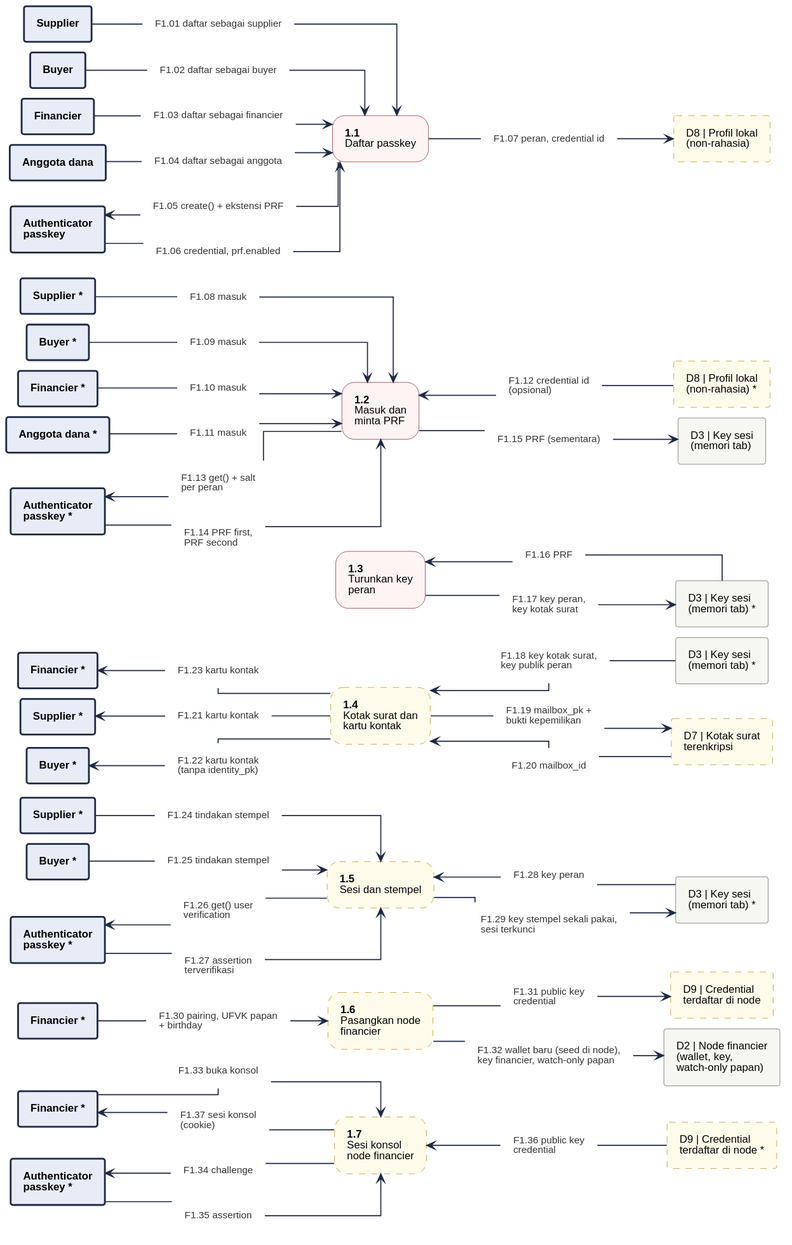
This is 08-FlowDiagrams/assets/dfd-2-1.svg from JitsuinFi/jitsuinfi-vault, a PlantUML export, as it was before one commit.
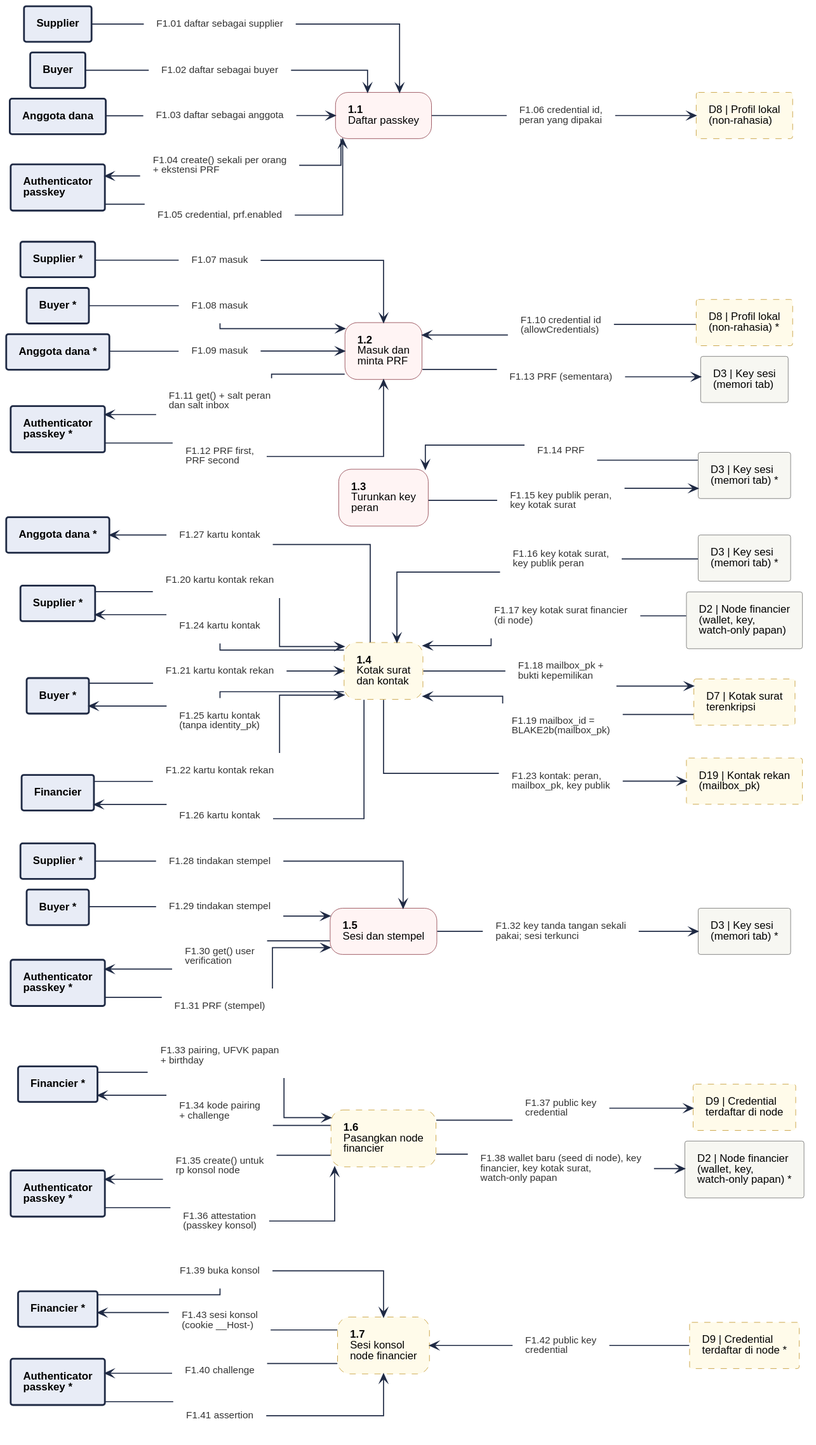
Above is the later version.

The edit, as a diff of the source:
```diff
@@ -6,150 +6,170 @@
 rectangle "D9 | Credential\nterdaftar di node *" <<storeproposal>> as D9_7
 rectangle "Authenticator\npasskey *" <<entity>> as A_7
 rectangle "Financier *" <<entity>> as F_7
-rectangle "D2 | Node financier\n(wallet, key,\nwatch-only papan)" <<store>> as D2_6
+rectangle "D2 | Node financier\n(wallet, key,\nwatch-only papan) *" <<store>> as D2_6
 rectangle "D9 | Credential\nterdaftar di node" <<storeproposal>> as D9_6
+rectangle "Authenticator\npasskey *" <<entity>> as A_6
 rectangle "Financier *" <<entity>> as F_6
 rectangle "D3 | Key sesi\n(memori tab) *" <<store>> as D3_5
 rectangle "Authenticator\npasskey *" <<entity>> as A_5
 rectangle "Buyer *" <<entity>> as B_5
 rectangle "Supplier *" <<entity>> as S_5
-rectangle "Financier *" <<entity>> as F_4
+rectangle "Anggota dana *" <<entity>> as M_4
+rectangle "D19 | Kontak rekan\n(mailbox_pk)" <<storeproposal>> as D19_4
+rectangle "Financier" <<entity>> as F_4
 rectangle "Buyer *" <<entity>> as B_4
 rectangle "Supplier *" <<entity>> as S_4
 rectangle "D7 | Kotak surat\nterenkripsi" <<storeproposal>> as D7_4
+rectangle "D2 | Node financier\n(wallet, key,\nwatch-only papan)" <<store>> as D2_4
 rectangle "D3 | Key sesi\n(memori tab) *" <<store>> as D3_4
 rectangle "D3 | Key sesi\n(memori tab) *" <<store>> as D3_3
 rectangle "D3 | Key sesi\n(memori tab)" <<store>> as D3_2
 rectangle "Authenticator\npasskey *" <<entity>> as A_2
 rectangle "D8 | Profil lokal\n(non-rahasia) *" <<storeproposal>> as D8_2
 rectangle "Anggota dana *" <<entity>> as M_2
-rectangle "Financier *" <<entity>> as F_2
 rectangle "Buyer *" <<entity>> as B_2
 rectangle "Supplier *" <<entity>> as S_2
 rectangle "D8 | Profil lokal\n(non-rahasia)" <<storeproposal>> as D8_1
 rectangle "Authenticator\npasskey" <<entity>> as A_1
 rectangle "Anggota dana" <<entity>> as M_1
-rectangle "Financier" <<entity>> as F_1
 rectangle "Buyer" <<entity>> as B_1
 rectangle "Supplier" <<entity>> as S_1
 rectangle "**1.7**\nSesi konsol\nnode financier" <<proposal>> as P7
 rectangle "**1.6**\nPasangkan node\nfinancier" <<proposal>> as P6
-rectangle "**1.5**\nSesi dan stempel" <<proposal>> as P5
-rectangle "**1.4**\nKotak surat dan\nkartu kontak" <<proposal>> as P4
+rectangle "**1.5**\nSesi dan stempel" <<process>> as P5
+rectangle "**1.4**\nKotak surat\ndan kontak" <<proposal>> as P4
 rectangle "**1.3**\nTurunkan key\nperan" <<process>> as P3
 rectangle "**1.2**\nMasuk dan\nminta PRF" <<process>> as P2
 rectangle "**1.1**\nDaftar passkey" <<process>> as P1
 rectangle "F1.01 daftar sebagai supplier" <<flow>> as f_F1_01
 rectangle "F1.02 daftar sebagai buyer" <<flow>> as f_F1_02
-rectangle "F1.03 daftar sebagai financier" <<flow>> as f_F1_03
-rectangle "F1.04 daftar sebagai anggota" <<flow>> as f_F1_04
-rectangle "F1.05 create() + ekstensi PRF" <<flow>> as f_F1_05
-rectangle "F1.06 credential, prf.enabled" <<flow>> as f_F1_06
-rectangle "F1.07 peran, credential id" <<flow>> as f_F1_07
+rectangle "F1.03 daftar sebagai anggota" <<flow>> as f_F1_03
+rectangle "F1.04 create() sekali per orang\n+ ekstensi PRF" <<flow>> as f_F1_04
+rectangle "F1.05 credential, prf.enabled" <<flow>> as f_F1_05
+rectangle "F1.06 credential id,\nperan yang dipakai" <<flow>> as f_F1_06
+rectangle "F1.07 masuk" <<flow>> as f_F1_07
 rectangle "F1.08 masuk" <<flow>> as f_F1_08
 rectangle "F1.09 masuk" <<flow>> as f_F1_09
-rectangle "F1.10 masuk" <<flow>> as f_F1_10
-rectangle "F1.11 masuk" <<flow>> as f_F1_11
-rectangle "F1.12 credential id\n(opsional)" <<flow>> as f_F1_12
-rectangle "F1.13 get() + salt\nper peran" <<flow>> as f_F1_13
-rectangle "F1.14 PRF first,\nPRF second" <<flow>> as f_F1_14
-rectangle "F1.15 PRF (sementara)" <<flow>> as f_F1_15
-rectangle "F1.16 PRF" <<flow>> as f_F1_16
-rectangle "F1.17 key peran,\nkey kotak surat" <<flow>> as f_F1_17
-rectangle "F1.18 key kotak surat,\nkey publik peran" <<flow>> as f_F1_18
-rectangle "F1.19 mailbox_pk +\nbukti kepemilikan" <<flow>> as f_F1_19
-rectangle "F1.20 mailbox_id" <<flow>> as f_F1_20
-rectangle "F1.21 kartu kontak" <<flow>> as f_F1_21
-rectangle "F1.22 kartu kontak\n(tanpa identity_pk)" <<flow>> as f_F1_22
-rectangle "F1.23 kartu kontak" <<flow>> as f_F1_23
-rectangle "F1.24 tindakan stempel" <<flow>> as f_F1_24
-rectangle "F1.25 tindakan stempel" <<flow>> as f_F1_25
-rectangle "F1.26 get() user\nverification" <<flow>> as f_F1_26
-rectangle "F1.27 assertion\nterverifikasi" <<flow>> as f_F1_27
-rectangle "F1.28 key peran" <<flow>> as f_F1_28
-rectangle "F1.29 key stempel sekali pakai,\nsesi terkunci" <<flow>> as f_F1_29
-rectangle "F1.30 pairing, UFVK papan\n+ birthday" <<flow>> as f_F1_30
-rectangle "F1.31 public key\ncredential" <<flow>> as f_F1_31
-rectangle "F1.32 wallet baru (seed di node),\nkey financier, watch-only papan" <<flow>> as f_F1_32
-rectangle "F1.33 buka konsol" <<flow>> as f_F1_33
-rectangle "F1.34 challenge" <<flow>> as f_F1_34
-rectangle "F1.35 assertion" <<flow>> as f_F1_35
-rectangle "F1.36 public key\ncredential" <<flow>> as f_F1_36
-rectangle "F1.37 sesi konsol\n(cookie)" <<flow>> as f_F1_37
+rectangle "F1.10 credential id\n(allowCredentials)" <<flow>> as f_F1_10
+rectangle "F1.11 get() + salt peran\ndan salt inbox" <<flow>> as f_F1_11
+rectangle "F1.12 PRF first,\nPRF second" <<flow>> as f_F1_12
+rectangle "F1.13 PRF (sementara)" <<flow>> as f_F1_13
+rectangle "F1.14 PRF" <<flow>> as f_F1_14
+rectangle "F1.15 key publik peran,\nkey kotak surat" <<flow>> as f_F1_15
+rectangle "F1.16 key kotak surat,\nkey publik peran" <<flow>> as f_F1_16
+rectangle "F1.17 key kotak surat financier\n(di node)" <<flow>> as f_F1_17
+rectangle "F1.18 mailbox_pk +\nbukti kepemilikan" <<flow>> as f_F1_18
+rectangle "F1.19 mailbox_id =\nBLAKE2b(mailbox_pk)" <<flow>> as f_F1_19
+rectangle "F1.20 kartu kontak rekan" <<flow>> as f_F1_20
+rectangle "F1.21 kartu kontak rekan" <<flow>> as f_F1_21
+rectangle "F1.22 kartu kontak rekan" <<flow>> as f_F1_22
+rectangle "F1.23 kontak: peran,\nmailbox_pk, key publik" <<flow>> as f_F1_23
+rectangle "F1.24 kartu kontak" <<flow>> as f_F1_24
+rectangle "F1.25 kartu kontak\n(tanpa identity_pk)" <<flow>> as f_F1_25
+rectangle "F1.26 kartu kontak" <<flow>> as f_F1_26
+rectangle "F1.27 kartu kontak" <<flow>> as f_F1_27
+rectangle "F1.28 tindakan stempel" <<flow>> as f_F1_28
+rectangle "F1.29 tindakan stempel" <<flow>> as f_F1_29
+rectangle "F1.30 get() user\nverification" <<flow>> as f_F1_30
+rectangle "F1.31 PRF (stempel)" <<flow>> as f_F1_31
+rectangle "F1.32 key tanda tangan sekali\npakai; sesi terkunci" <<flow>> as f_F1_32
+rectangle "F1.33 pairing, UFVK papan\n+ birthday" <<flow>> as f_F1_33
+rectangle "F1.34 kode pairing\n+ challenge" <<flow>> as f_F1_34
+rectangle "F1.35 create() untuk\nrp konsol node" <<flow>> as f_F1_35
+rectangle "F1.36 attestation\n(passkey konsol)" <<flow>> as f_F1_36
+rectangle "F1.37 public key\ncredential" <<flow>> as f_F1_37
+rectangle "F1.38 wallet baru (seed di node), key\nfinancier, key kotak surat,\nwatch-only papan" <<flow>> as f_F1_38
+rectangle "F1.39 buka konsol" <<flow>> as f_F1_39
+rectangle "F1.40 challenge" <<flow>> as f_F1_40
+rectangle "F1.41 assertion" <<flow>> as f_F1_41
+rectangle "F1.42 public key\ncredential" <<flow>> as f_F1_42
+rectangle "F1.43 sesi konsol\n(cookie __Host-)" <<flow>> as f_F1_43
 S_1 -- f_F1_01
 f_F1_01 --> P1
 B_1 -- f_F1_02
 f_F1_02 --> P1
-F_1 -- f_F1_03
+M_1 -- f_F1_03
 f_F1_03 --> P1
-M_1 -- f_F1_04
-f_F1_04 --> P1
-A_1 <-- f_F1_05
-f_F1_05 -- P1
-A_1 -- f_F1_06
-f_F1_06 --> P1
-P1 -- f_F1_07
-f_F1_07 --> D8_1
-S_2 -- f_F1_08
+A_1 <-- f_F1_04
+f_F1_04 -- P1
+A_1 -- f_F1_05
+f_F1_05 --> P1
+P1 -- f_F1_06
+f_F1_06 --> D8_1
+S_2 -- f_F1_07
+f_F1_07 --> P2
+B_2 -- f_F1_08
 f_F1_08 --> P2
-B_2 -- f_F1_09
+M_2 -- f_F1_09
 f_F1_09 --> P2
-F_2 -- f_F1_10
-f_F1_10 --> P2
-M_2 -- f_F1_11
-f_F1_11 --> P2
-P2 <-- f_F1_12
-f_F1_12 -- D8_2
-A_2 <-- f_F1_13
-f_F1_13 -- P2
-A_2 -- f_F1_14
-f_F1_14 --> P2
-P2 -- f_F1_15
-f_F1_15 --> D3_2
-P3 <-- f_F1_16
-f_F1_16 -- D3_3
-P3 -- f_F1_17
-f_F1_17 --> D3_3
-P4 <-- f_F1_18
-f_F1_18 -- D3_4
-P4 -- f_F1_19
-f_F1_19 --> D7_4
-P4 <-- f_F1_20
-f_F1_20 -- D7_4
-S_4 <-- f_F1_21
-f_F1_21 -- P4
-B_4 <-- f_F1_22
-f_F1_22 -- P4
-F_4 <-- f_F1_23
-f_F1_23 -- P4
-S_5 -- f_F1_24
-f_F1_24 --> P5
-B_5 -- f_F1_25
-f_F1_25 --> P5
-A_5 <-- f_F1_26
-f_F1_26 -- P5
-A_5 -- f_F1_27
-f_F1_27 --> P5
-P5 <-- f_F1_28
-f_F1_28 -- D3_5
-P5 -- f_F1_29
-f_F1_29 --> D3_5
-F_6 -- f_F1_30
-f_F1_30 --> P6
-P6 -- f_F1_31
-f_F1_31 --> D9_6
-P6 -- f_F1_32
-f_F1_32 --> D2_6
-F_7 -- f_F1_33
-f_F1_33 --> P7
-A_7 <-- f_F1_34
-f_F1_34 -- P7
-A_7 -- f_F1_35
-f_F1_35 --> P7
-P7 <-- f_F1_36
-f_F1_36 -- D9_7
-F_7 <-- f_F1_37
-f_F1_37 -- P7
+P2 <-- f_F1_10
+f_F1_10 -- D8_2
+A_2 <-- f_F1_11
+f_F1_11 -- P2
+A_2 -- f_F1_12
+f_F1_12 --> P2
+P2 -- f_F1_13
+f_F1_13 --> D3_2
+P3 <-- f_F1_14
+f_F1_14 -- D3_3
+P3 -- f_F1_15
+f_F1_15 --> D3_3
+P4 <-- f_F1_16
+f_F1_16 -- D3_4
+P4 <-- f_F1_17
+f_F1_17 -- D2_4
+P4 -- f_F1_18
+f_F1_18 --> D7_4
+P4 <-- f_F1_19
+f_F1_19 -- D7_4
+S_4 -- f_F1_20
+f_F1_20 --> P4
+B_4 -- f_F1_21
+f_F1_21 --> P4
+F_4 -- f_F1_22
+f_F1_22 --> P4
+P4 -- f_F1_23
+f_F1_23 --> D19_4
+S_4 <-- f_F1_24
+f_F1_24 -- P4
+B_4 <-- f_F1_25
+f_F1_25 -- P4
+F_4 <-- f_F1_26
+f_F1_26 -- P4
+M_4 <-- f_F1_27
+f_F1_27 -- P4
+S_5 -- f_F1_28
+f_F1_28 --> P5
+B_5 -- f_F1_29
+f_F1_29 --> P5
+A_5 <-- f_F1_30
+f_F1_30 -- P5
+A_5 -- f_F1_31
+f_F1_31 --> P5
+P5 -- f_F1_32
+f_F1_32 --> D3_5
+F_6 -- f_F1_33
+f_F1_33 --> P6
+F_6 <-- f_F1_34
+f_F1_34 -- P6
+A_6 <-- f_F1_35
+f_F1_35 -- P6
+A_6 -- f_F1_36
+f_F1_36 --> P6
+P6 -- f_F1_37
+f_F1_37 --> D9_6
+P6 -- f_F1_38
+f_F1_38 --> D2_6
+F_7 -- f_F1_39
+f_F1_39 --> P7
+A_7 <-- f_F1_40
+f_F1_40 -- P7
+A_7 -- f_F1_41
+f_F1_41 --> P7
+P7 <-- f_F1_42
+f_F1_42 -- D9_7
+F_7 <-- f_F1_43
+f_F1_43 -- P7
 rectangle " " <<spacer>> as sp_P3_a
 rectangle " " <<spacer>> as sp_P3_b
 sp_P3_a -[hidden]- sp_P3_b
```
